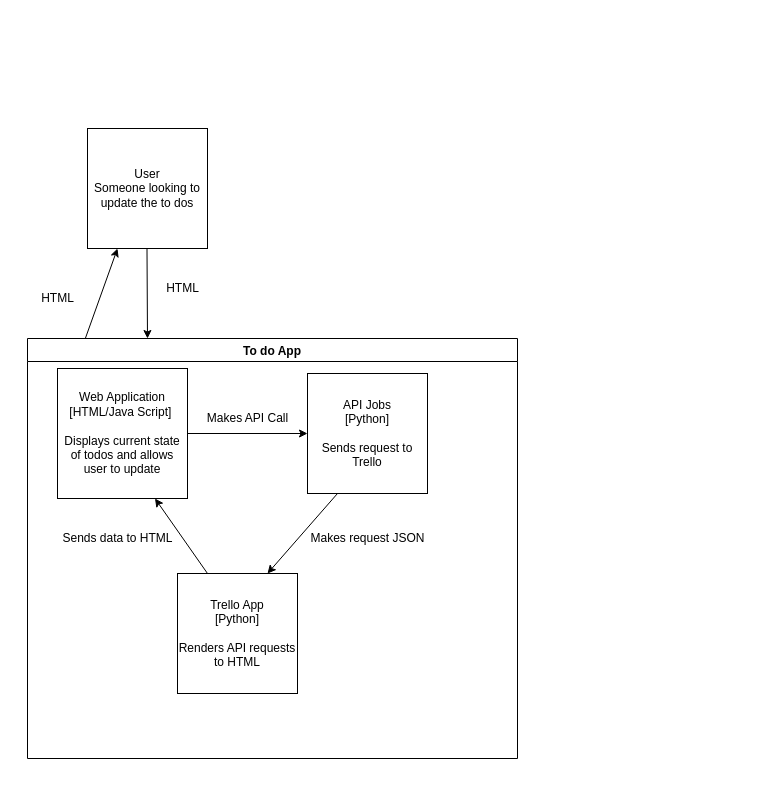
Earlier version of the draw.io diagram page "Container Diagram" (2 of 3) of documentation/Project 6.drawio (JonnyHarris94/DevOps-Academy). Source tidied: cells renumbered, new cells numbered last; positions are measured from the earlier drawing's top-left corner, leaving out a move shared by most shapes. Both pictures are drawn from the tidied source at 100%, with x=0, y=0 at pixel (27, 128).
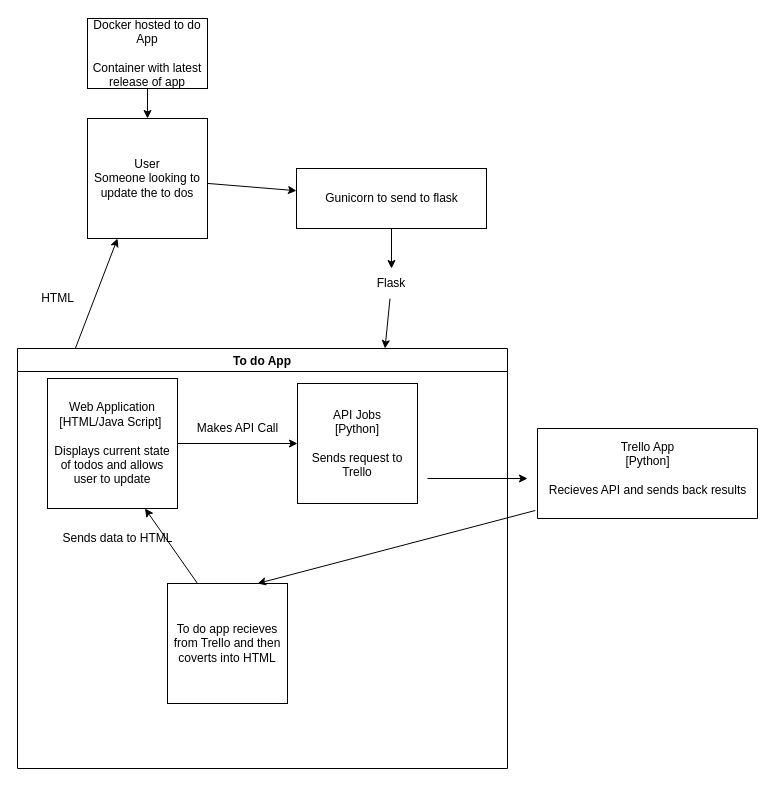
Above is the later version.

Unchanged cells that the change refers to:
```xml
<mxCell id="7" value="API Jobs&lt;br&gt;[Python]&lt;br&gt;&lt;br&gt;Sends request to Trello" style="whiteSpace=wrap;html=1;" parent="5" vertex="1">
  <mxGeometry x="280" y="35" width="120" height="120" as="geometry" />
</mxCell>
```

The edit, as a diff of the source:
```diff
@@
+    <mxCell id="17" style="edgeStyle=none;html=1;" parent="1" edge="1" source="2" target="24">
+      <mxGeometry relative="1" as="geometry" />
+    </mxCell>
     <mxCell id="2" value="User&lt;br&gt;Someone looking to update the to dos" style="whiteSpace=wrap;html=1;" parent="1" vertex="1">
-      <mxGeometry x="60" width="120" height="120" as="geometry" />
+      <mxGeometry x="60" y="-10" width="120" height="120" as="geometry" />
     </mxCell>
-    <mxCell id="3" style="endArrow=classic;html=1;" parent="1" edge="1">
-      <mxGeometry relative="1" as="geometry">
-        <mxPoint x="119.5" y="120" as="sourcePoint" />
-        <mxPoint x="120" y="210" as="targetPoint" />
-      </mxGeometry>
-    </mxCell>
-    <mxCell id="4" value="HTML" style="text;html=1;align=center;verticalAlign=middle;strokeColor=none;" parent="1" vertex="1">
-      <mxGeometry x="130" y="150" width="50" height="20" as="geometry" />
-    </mxCell>
     <mxCell id="5" value="To do App" style="swimlane;" parent="1" vertex="1">
-      <mxGeometry y="210" width="490" height="420" as="geometry" />
+      <mxGeometry x="-10" y="220" width="490" height="420" as="geometry" />
     </mxCell>
@@
-    <mxCell id="8" value="Trello App&lt;br&gt;[Python]&lt;br&gt;&lt;br&gt;Renders API requests to HTML" style="whiteSpace=wrap;html=1;" parent="5" vertex="1">
+    <mxCell id="8" value="To do app recieves from Trello and then coverts into HTML" style="whiteSpace=wrap;html=1;" parent="5" vertex="1">
       <mxGeometry x="150" y="235" width="120" height="120" as="geometry" />
     </mxCell>
-    <mxCell id="9" style="endArrow=classic;html=1;exitX=0.25;exitY=1;exitDx=0;exitDy=0;entryX=0.75;entryY=0;entryDx=0;entryDy=0;" parent="5" edge="1" source="7" target="8">
-      <mxGeometry relative="1" as="geometry" />
-    </mxCell>
@@
-    <mxCell id="13" value="Makes request JSON" style="text;html=1;align=center;verticalAlign=middle;strokeColor=none;" parent="5" vertex="1">
-      <mxGeometry x="275" y="190" width="130" height="20" as="geometry" />
-    </mxCell>
+    <mxCell id="18" style="endArrow=classic;html=1;" parent="5" edge="1">
+      <mxGeometry relative="1" as="geometry">
+        <mxPoint x="410" y="130" as="sourcePoint" />
+        <mxPoint x="510" y="130" as="targetPoint" />
+      </mxGeometry>
+    </mxCell>
@@
+    <mxCell id="19" style="swimlane;startSize=0;" parent="1" vertex="1">
+      <mxGeometry x="510" y="300" width="220" height="90" as="geometry" />
+    </mxCell>
+    <mxCell id="20" value="&lt;span&gt;Trello App&lt;/span&gt;&lt;br&gt;&lt;span&gt;[Python]&lt;/span&gt;&lt;br&gt;&lt;br&gt;Recieves API and sends back results" style="text;html=1;align=center;verticalAlign=middle;strokeColor=none;fillColor=none;" parent="19" vertex="1">
+      <mxGeometry x="5" y="10" width="210" height="60" as="geometry" />
+    </mxCell>
+    <mxCell id="9" style="endArrow=classic;html=1;exitX=-0.01;exitY=0.911;exitDx=0;exitDy=0;entryX=0.75;entryY=0;entryDx=0;entryDy=0;exitPerimeter=0;" parent="1" edge="1" source="19" target="8">
+      <mxGeometry relative="1" as="geometry" />
+    </mxCell>
+    <mxCell id="21" style="edgeStyle=none;html=1;" parent="1" edge="1" source="22" target="2">
+      <mxGeometry relative="1" as="geometry" />
+    </mxCell>
+    <mxCell id="22" value="Docker hosted to do App&lt;br&gt;&lt;br&gt;Container with latest release of app" style="rounded=0;whiteSpace=wrap;html=1;" parent="1" vertex="1">
+      <mxGeometry x="60" y="-110" width="120" height="70" as="geometry" />
+    </mxCell>
+    <mxCell id="23" style="edgeStyle=none;html=1;" parent="1" edge="1" source="24" target="27">
+      <mxGeometry relative="1" as="geometry" />
+    </mxCell>
+    <mxCell id="24" style="rounded=0;whiteSpace=wrap;html=1;" parent="1" vertex="1">
+      <mxGeometry x="269" y="40" width="190" height="60" as="geometry" />
+    </mxCell>
+    <mxCell id="25" value="Gunicorn to send to flask" style="text;html=1;align=center;verticalAlign=middle;strokeColor=none;fillColor=none;" parent="1" vertex="1">
+      <mxGeometry x="289" y="60" width="150" height="20" as="geometry" />
+    </mxCell>
+    <mxCell id="26" style="edgeStyle=none;html=1;entryX=0.75;entryY=0;entryDx=0;entryDy=0;" parent="1" edge="1" source="27" target="5">
+      <mxGeometry relative="1" as="geometry" />
+    </mxCell>
+    <mxCell id="27" value="Flask" style="text;html=1;strokeColor=none;fillColor=none;align=center;verticalAlign=middle;whiteSpace=wrap;rounded=0;" parent="1" vertex="1">
+      <mxGeometry x="334" y="140" width="60" height="30" as="geometry" />
+    </mxCell>
```
